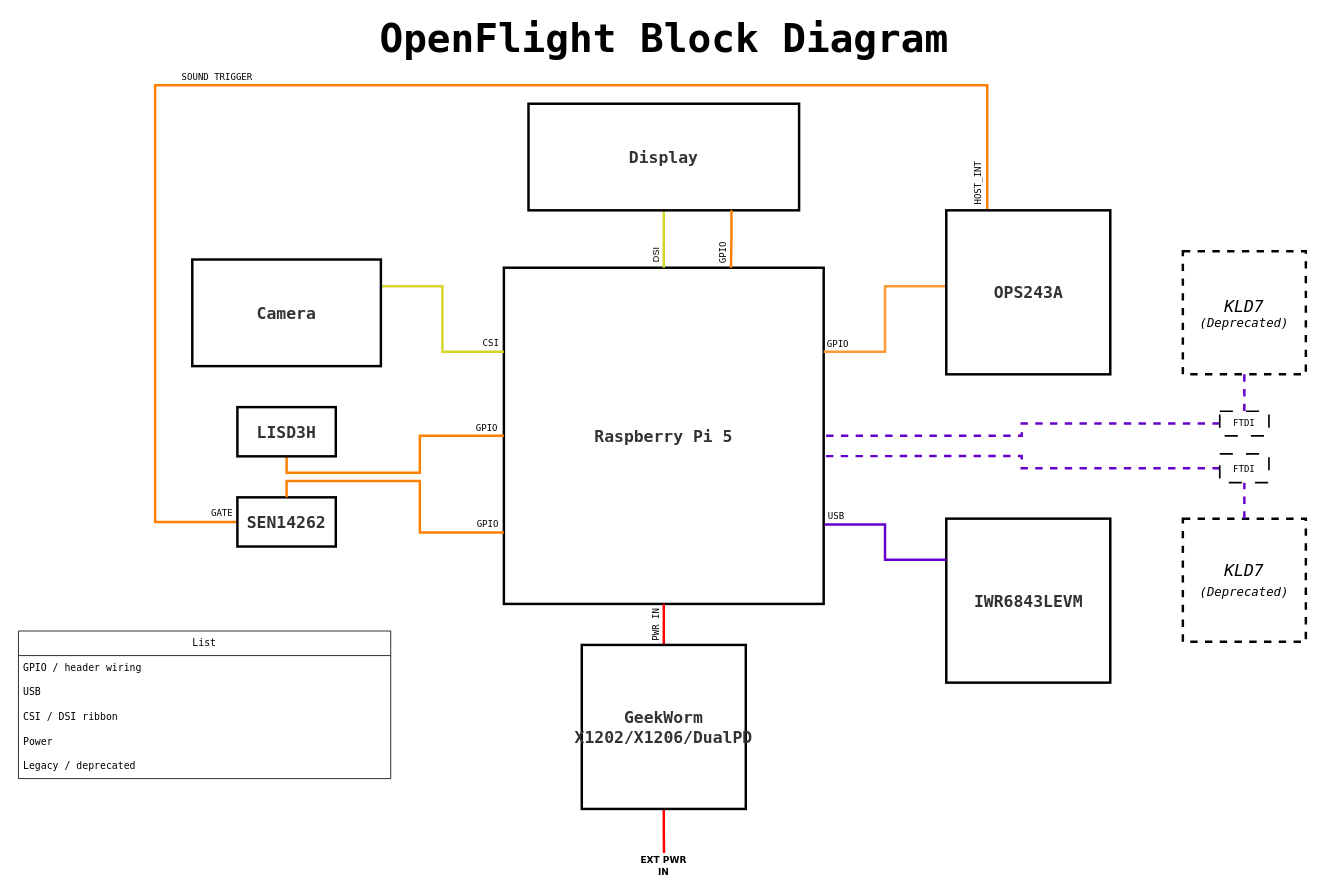
Robinante/OpenFlight-Radar-Workbench keeps this draw.io diagram as docs/OpenFlight_Block_Diagram.drawio. Above is the earlier version. Source tidied: cells renumbered, new cells numbered last; positions are measured from the earlier drawing's top-left corner, leaving out a move shared by most shapes. Both pictures are drawn from the tidied source at 82%, with x=0, y=0 at pixel (18, 25).
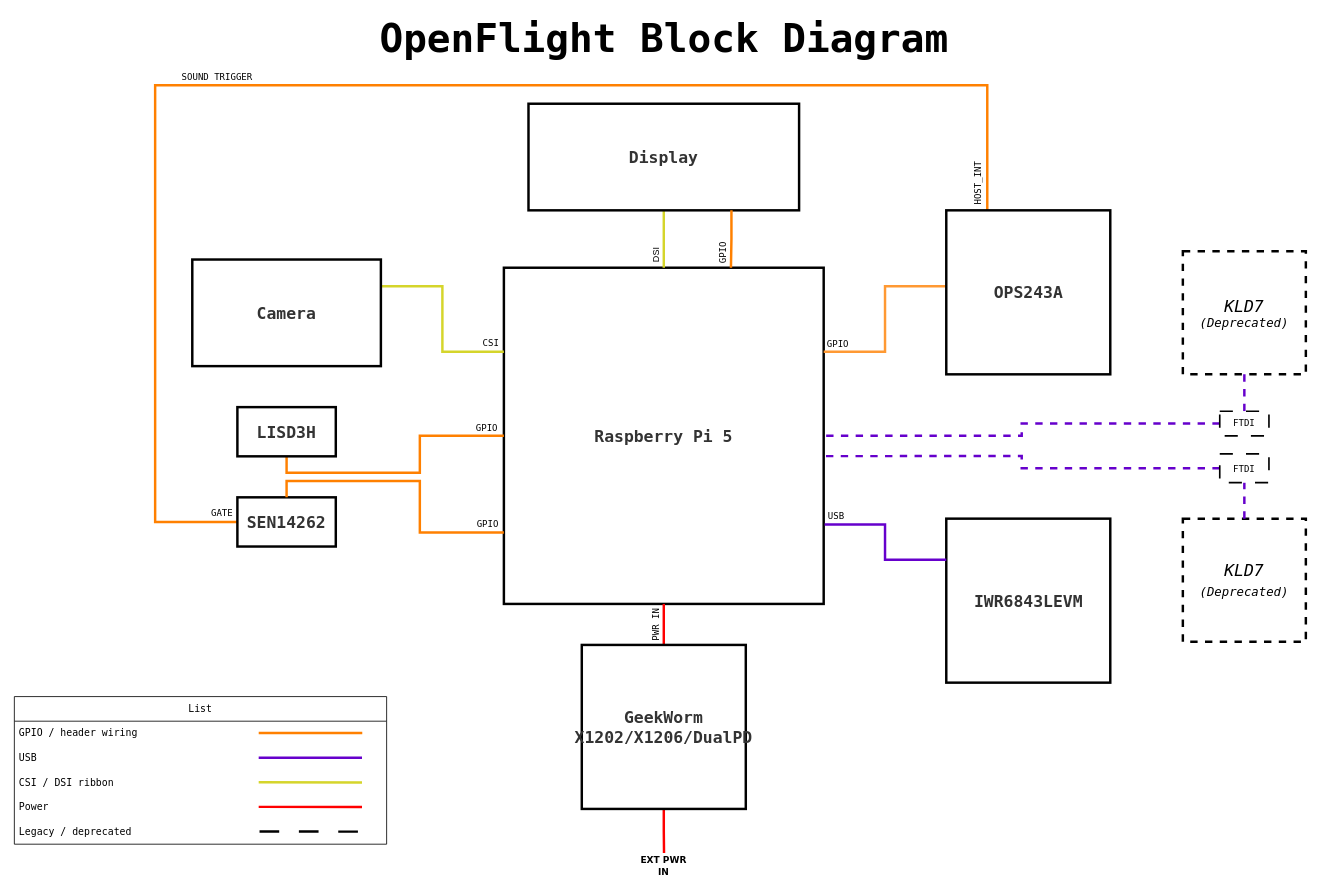
Above is the later version.

Commit message:
Legend draft

The edit, as a diff of the source:
```diff
@@
     <mxCell id="41" value="List" style="swimlane;fontStyle=0;horizontal=1;startSize=30;whiteSpace=wrap;html=1;fontFamily=Lucida Console;" parent="1" vertex="1">
-      <mxGeometry y="738" width="454" height="180" as="geometry" />
+      <mxGeometry x="-5" y="818" width="454" height="180" as="geometry" />
     </mxCell>
+    <mxCell id="47" style="edgeStyle=none;orthogonalLoop=1;jettySize=auto;html=1;rounded=0;endArrow=none;endFill=0;strokeColor=light-dark(#FF8000,#FF8000);strokeWidth=3;entryX=0.939;entryY=0.495;entryDx=0;entryDy=0;entryPerimeter=0;" parent="41" edge="1">
+      <mxGeometry relative="1" as="geometry">
+        <mxPoint x="298" y="44.5" as="sourcePoint" />
+        <mxPoint x="424.3" y="44.5" as="targetPoint" />
+      </mxGeometry>
+    </mxCell>
@@
+    <mxCell id="48" style="edgeStyle=none;orthogonalLoop=1;jettySize=auto;html=1;rounded=0;endArrow=none;endFill=0;strokeColor=light-dark(#6600CC,#6600CC);strokeWidth=3;entryX=0.939;entryY=0.495;entryDx=0;entryDy=0;entryPerimeter=0;" parent="41" edge="1">
+      <mxGeometry relative="1" as="geometry">
+        <mxPoint x="298" y="74.5" as="sourcePoint" />
+        <mxPoint x="424" y="74.7" as="targetPoint" />
+      </mxGeometry>
+    </mxCell>
@@
+    <mxCell id="49" style="edgeStyle=none;orthogonalLoop=1;jettySize=auto;html=1;rounded=0;endArrow=none;endFill=0;strokeColor=light-dark(#D5D52B,#FF8000);strokeWidth=3;entryX=0.939;entryY=0.495;entryDx=0;entryDy=0;entryPerimeter=0;" parent="41" edge="1">
+      <mxGeometry relative="1" as="geometry">
+        <mxPoint x="298" y="104.5" as="sourcePoint" />
+        <mxPoint x="424" y="104.7" as="targetPoint" />
+      </mxGeometry>
+    </mxCell>
@@
+    <mxCell id="50" style="edgeStyle=none;orthogonalLoop=1;jettySize=auto;html=1;rounded=0;endArrow=none;endFill=0;strokeColor=light-dark(#FF0000,#FF8000);strokeWidth=3;entryX=0.939;entryY=0.495;entryDx=0;entryDy=0;entryPerimeter=0;" parent="41" edge="1">
+      <mxGeometry relative="1" as="geometry">
+        <mxPoint x="298" y="134.5" as="sourcePoint" />
+        <mxPoint x="424" y="134.7" as="targetPoint" />
+      </mxGeometry>
+    </mxCell>
@@
+    <mxCell id="51" style="edgeStyle=none;orthogonalLoop=1;jettySize=auto;html=1;rounded=0;endArrow=none;endFill=0;strokeColor=light-dark(#000000,#000000);strokeWidth=3;entryX=0.939;entryY=0.495;entryDx=0;entryDy=0;entryPerimeter=0;dashed=1;dashPattern=8 8;" parent="41" edge="1">
+      <mxGeometry relative="1" as="geometry">
+        <mxPoint x="299" y="164.5" as="sourcePoint" />
+        <mxPoint x="425" y="164.7" as="targetPoint" />
+      </mxGeometry>
+    </mxCell>
```
